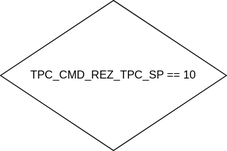
The draw.io diagram Doc/ПЛК400/Алгоритм загрузки рецепта.drawio.svg in AlexFrick92/PNTZ.Mufta, before a commit. Source tidied: cells renumbered, new cells last; positions are measured from the earlier drawing's top-left corner, leaving out a move shared by most shapes. Its diagram source:
```xml
<mxGraphModel>
  <root>
    <mxCell id="0" />
    <mxCell id="1" parent="0" />
    <mxCell id="2" value="TPC_CMD_REZ_TPC_SP == 10" style="rhombus;whiteSpace=wrap;html=1;" parent="1" vertex="1">
      <mxGeometry width="240" height="160" as="geometry" />
    </mxCell>
  </root>
</mxGraphModel>
```
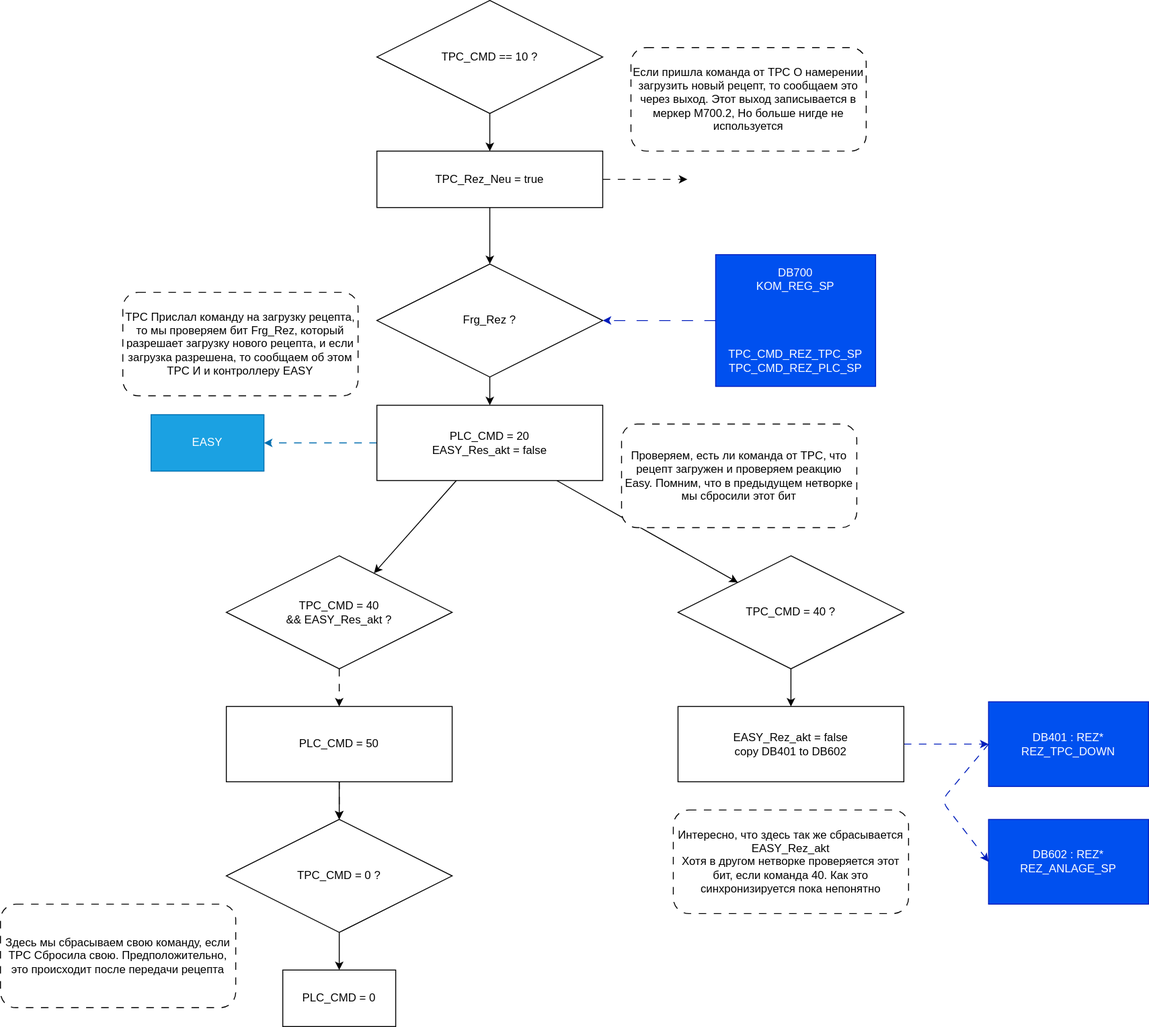
After the change.

Commit message:
Алгоритм загрузки рецепта

What changed in the source:
```diff
@@ -2,8 +2,113 @@
   <root>
     <mxCell id="0" />
     <mxCell id="1" parent="0" />
+    <mxCell id="3" style="edgeStyle=none;html=1;entryX=0.5;entryY=0;entryDx=0;entryDy=0;" parent="1" edge="1" source="2" target="7">
+      <mxGeometry relative="1" as="geometry" />
+    </mxCell>
-    <mxCell id="2" value="TPC_CMD_REZ_TPC_SP == 10" style="rhombus;whiteSpace=wrap;html=1;" parent="1" vertex="1">
-      <mxGeometry width="240" height="160" as="geometry" />
+    <mxCell id="2" value="Frg_Rez ?" style="rhombus;whiteSpace=wrap;html=1;" parent="1" vertex="1">
+      <mxGeometry width="240" height="120" as="geometry" />
     </mxCell>
+    <mxCell id="4" style="edgeStyle=none;html=1;" parent="1" edge="1" source="7" target="11">
+      <mxGeometry relative="1" as="geometry" />
+    </mxCell>
+    <mxCell id="5" style="edgeStyle=none;html=1;dashed=1;dashPattern=8 8;fillColor=#1ba1e2;strokeColor=#006EAF;" parent="1" edge="1" source="7" target="12">
+      <mxGeometry relative="1" as="geometry" />
+    </mxCell>
+    <mxCell id="6" style="edgeStyle=none;html=1;" parent="1" edge="1" source="7" target="34">
+      <mxGeometry relative="1" as="geometry" />
+    </mxCell>
+    <mxCell id="7" value="PLC_CMD = 20&lt;br&gt;EASY_Res_akt = false" style="whiteSpace=wrap;html=1;" parent="1" vertex="1">
+      <mxGeometry y="150" width="240" height="80" as="geometry" />
+    </mxCell>
+    <mxCell id="8" style="edgeStyle=none;html=1;dashed=1;fillColor=#0050ef;strokeColor=#001DBC;dashPattern=12 12;" parent="1" edge="1" source="9" target="2">
+      <mxGeometry relative="1" as="geometry" />
+    </mxCell>
+    <mxCell id="9" value="DB700&lt;br&gt;KOM_REG_SP&lt;br&gt;&lt;br&gt;&lt;br&gt;&lt;br&gt;&lt;br&gt;TPC_CMD_REZ_TPC_SP&lt;br&gt;TPC_CMD_REZ_PLC_SP" style="rounded=0;whiteSpace=wrap;html=1;fillColor=#0050ef;strokeColor=#001DBC;fontColor=#ffffff;" parent="1" vertex="1">
+      <mxGeometry x="360" y="-10" width="170" height="140" as="geometry" />
+    </mxCell>
+    <mxCell id="10" style="edgeStyle=none;html=1;" parent="1" edge="1" source="11" target="31">
+      <mxGeometry relative="1" as="geometry" />
+    </mxCell>
+    <mxCell id="11" value="TPC_CMD = 40 ?" style="rhombus;whiteSpace=wrap;html=1;" parent="1" vertex="1">
+      <mxGeometry x="320" y="310" width="240" height="120" as="geometry" />
+    </mxCell>
+    <mxCell id="12" value="EASY" style="whiteSpace=wrap;html=1;fillColor=#1ba1e2;fontColor=#ffffff;strokeColor=#006EAF;" parent="1" vertex="1">
+      <mxGeometry x="-240" y="160" width="120" height="60" as="geometry" />
+    </mxCell>
+    <mxCell id="13" value="TPC Прислал команду на загрузку рецепта, то мы проверяем бит Frg_Rez, который разрешает загрузку нового рецепта, и если загрузка разрешена, то сообщаем об этом TPC И и контроллеру EASY" style="rounded=1;whiteSpace=wrap;html=1;fillStyle=solid;dashed=1;dashPattern=8 8;" parent="1" vertex="1">
+      <mxGeometry x="-270" y="30" width="250" height="110" as="geometry" />
+    </mxCell>
+    <mxCell id="14" value="Проверяем, есть ли команда от TPC, что рецепт загружен и проверяем реакцию Easy. Помним, что в предыдущем нетворке мы сбросили этот бит" style="rounded=1;whiteSpace=wrap;html=1;fillStyle=solid;dashed=1;dashPattern=8 8;" parent="1" vertex="1">
+      <mxGeometry x="260" y="170" width="250" height="110" as="geometry" />
+    </mxCell>
+    <mxCell id="15" style="edgeStyle=none;html=1;dashed=1;dashPattern=8 8;" parent="1" edge="1" source="17" target="19">
+      <mxGeometry relative="1" as="geometry" />
+    </mxCell>
+    <mxCell id="16" style="edgeStyle=none;html=1;" parent="1" edge="1" source="17" target="19">
+      <mxGeometry relative="1" as="geometry" />
+    </mxCell>
+    <mxCell id="17" value="PLC_CMD = 50" style="whiteSpace=wrap;html=1;" parent="1" vertex="1">
+      <mxGeometry x="-160" y="470" width="240" height="80" as="geometry" />
+    </mxCell>
+    <mxCell id="18" style="edgeStyle=none;html=1;" parent="1" edge="1" source="19" target="20">
+      <mxGeometry relative="1" as="geometry" />
+    </mxCell>
+    <mxCell id="19" value="TPC_CMD = 0 ?" style="rhombus;whiteSpace=wrap;html=1;" parent="1" vertex="1">
+      <mxGeometry x="-160" y="590" width="240" height="120" as="geometry" />
+    </mxCell>
+    <mxCell id="20" value="PLC_CMD = 0" style="whiteSpace=wrap;html=1;" parent="1" vertex="1">
+      <mxGeometry x="-100" y="750" width="120" height="60" as="geometry" />
+    </mxCell>
+    <mxCell id="21" value="Здесь мы сбрасываем свою команду, если TPC Сбросила свою. Предположительно, это происходит после передачи рецепта" style="rounded=1;whiteSpace=wrap;html=1;fillStyle=solid;dashed=1;dashPattern=8 8;" parent="1" vertex="1">
+      <mxGeometry x="-400" y="680" width="250" height="110" as="geometry" />
+    </mxCell>
+    <mxCell id="22" style="edgeStyle=none;html=1;" parent="1" edge="1" source="23" target="26">
+      <mxGeometry relative="1" as="geometry" />
+    </mxCell>
+    <mxCell id="23" value="TPC_CMD == 10&amp;nbsp;?" style="rhombus;whiteSpace=wrap;html=1;" parent="1" vertex="1">
+      <mxGeometry y="-280" width="240" height="120" as="geometry" />
+    </mxCell>
+    <mxCell id="24" style="edgeStyle=none;html=1;entryX=0.5;entryY=0;entryDx=0;entryDy=0;" parent="1" edge="1" source="26" target="2">
+      <mxGeometry relative="1" as="geometry" />
+    </mxCell>
+    <mxCell id="25" style="edgeStyle=none;html=1;dashed=1;dashPattern=8 8;" parent="1" edge="1" source="26">
+      <mxGeometry relative="1" as="geometry">
+        <mxPoint x="330" y="-90" as="targetPoint" />
+      </mxGeometry>
+    </mxCell>
+    <mxCell id="26" value="TPC_Rez_Neu = true" style="whiteSpace=wrap;html=1;" parent="1" vertex="1">
+      <mxGeometry y="-120" width="240" height="60" as="geometry" />
+    </mxCell>
+    <mxCell id="27" value="Если пришла команда от TPC О намерении загрузить новый рецепт, то сообщаем это через выход. Этот выход записывается в меркер M700.2, Но больше нигде не используется" style="rounded=1;whiteSpace=wrap;html=1;fillStyle=solid;dashed=1;dashPattern=8 8;" parent="1" vertex="1">
+      <mxGeometry x="270" y="-230" width="250" height="110" as="geometry" />
+    </mxCell>
+    <mxCell id="28" style="edgeStyle=none;html=1;exitX=0;exitY=0.5;exitDx=0;exitDy=0;entryX=0;entryY=0.5;entryDx=0;entryDy=0;dashed=1;dashPattern=8 8;fillColor=#0050ef;strokeColor=#001DBC;" parent="1" edge="1" source="29" target="32">
+      <mxGeometry relative="1" as="geometry">
+        <Array as="points">
+          <mxPoint x="600" y="570" />
+        </Array>
+      </mxGeometry>
+    </mxCell>
+    <mxCell id="29" value="DB401 : REZ*&lt;br&gt;REZ_TPC_DOWN " style="rounded=0;whiteSpace=wrap;html=1;fillColor=#0050ef;strokeColor=#001DBC;fontColor=#ffffff;" parent="1" vertex="1">
+      <mxGeometry x="650" y="465" width="170" height="90" as="geometry" />
+    </mxCell>
+    <mxCell id="30" style="edgeStyle=none;html=1;exitX=1;exitY=0.5;exitDx=0;exitDy=0;entryX=0;entryY=0.5;entryDx=0;entryDy=0;dashed=1;dashPattern=8 8;fillColor=#0050ef;strokeColor=#001DBC;" parent="1" edge="1" source="31" target="29">
+      <mxGeometry relative="1" as="geometry" />
+    </mxCell>
+    <mxCell id="31" value="EASY_Rez_akt = false&lt;br&gt;copy DB401 to DB602" style="whiteSpace=wrap;html=1;" parent="1" vertex="1">
+      <mxGeometry x="320" y="470" width="240" height="80" as="geometry" />
+    </mxCell>
+    <mxCell id="32" value="DB602 : REZ*&lt;br&gt;REZ_ANLAGE_SP" style="rounded=0;whiteSpace=wrap;html=1;fillColor=#0050ef;strokeColor=#001DBC;fontColor=#ffffff;" parent="1" vertex="1">
+      <mxGeometry x="650" y="590" width="170" height="90" as="geometry" />
+    </mxCell>
+    <mxCell id="33" style="edgeStyle=none;html=1;dashed=1;dashPattern=8 8;" parent="1" edge="1" source="34" target="17">
+      <mxGeometry relative="1" as="geometry" />
+    </mxCell>
+    <mxCell id="34" value="TPC_CMD = 40&lt;br&gt;&amp;amp;&amp;amp; EASY_Res_akt ?" style="rhombus;whiteSpace=wrap;html=1;" parent="1" vertex="1">
+      <mxGeometry x="-160" y="310" width="240" height="120" as="geometry" />
+    </mxCell>
+    <mxCell id="35" value="Интересно, что здесь так же сбрасывается&amp;nbsp;&lt;br&gt;EASY_Rez_akt&lt;br&gt;Хотя в другом нетворке проверяется этот бит, если команда 40. Как это синхронизируется пока непонятно" style="rounded=1;whiteSpace=wrap;html=1;fillStyle=solid;dashed=1;dashPattern=8 8;" parent="1" vertex="1">
+      <mxGeometry x="315" y="580" width="250" height="110" as="geometry" />
+    </mxCell>
   </root>
 </mxGraphModel>
```
